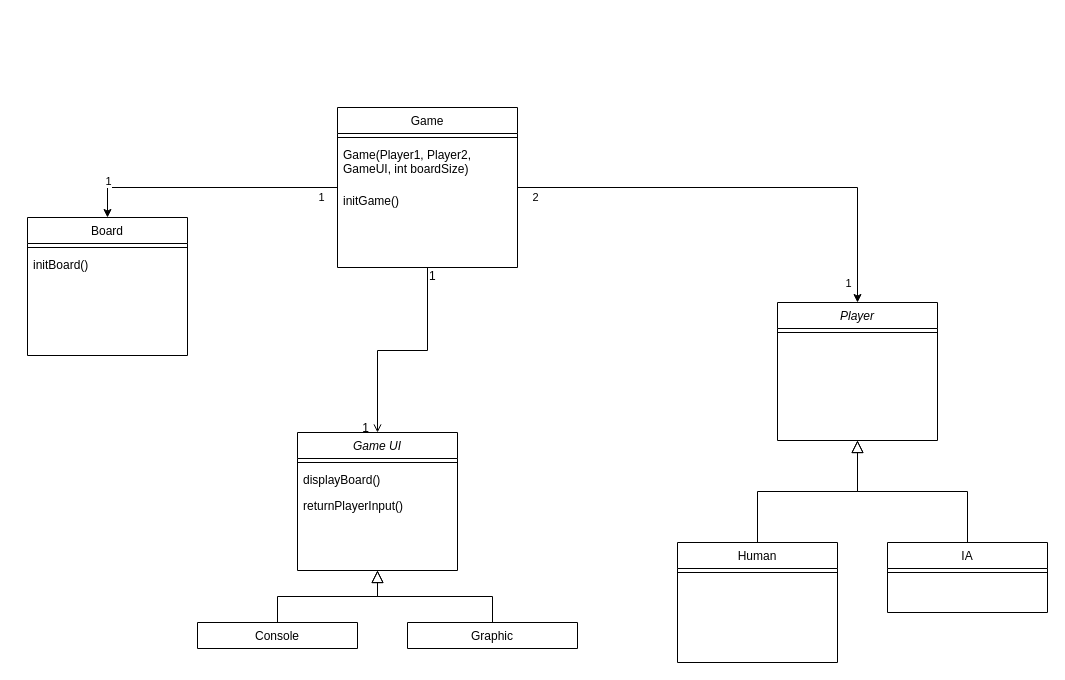
leduqueadrien/Hex keeps this draw.io diagram as doc/UMLdiagram.drawio. Above is the earlier version. Source tidied: cells renumbered, new cells numbered last; positions are measured from the earlier drawing's top-left corner, leaving out a move shared by most shapes. Both pictures are drawn from the tidied source at 100%, with x=0, y=0 at pixel (27, 107).
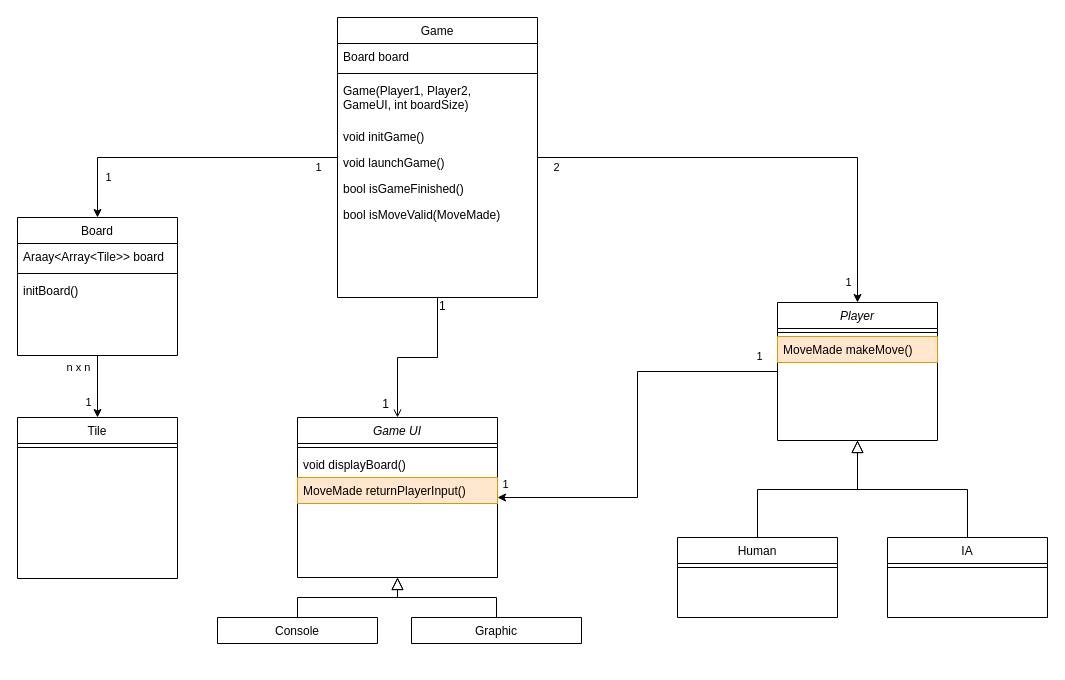
Above is the later version.

Commit message (it also covers changes not shown here):
improve uml

The change refers to these unchanged cells:
```xml
<mxCell id="2" value="Player" style="swimlane;fontStyle=2;align=center;verticalAlign=top;horizontal=1;startSize=26;rounded=0;shadow=0;strokeWidth=1;" parent="1" vertex="1">
  <mxGeometry x="750" y="195" width="160" height="138" as="geometry" />
</mxCell>
<mxCell id="14" style="endArrow=open;shadow=0;strokeWidth=1;rounded=0;endFill=1;edgeStyle=elbowEdgeStyle;elbow=vertical;entryX=0.5;entryY=0;entryDx=0;entryDy=0;" parent="1" edge="1" source="10" target="19">
  <mxGeometry x="0.5" y="41" relative="1" as="geometry">
    <mxPoint x="-40" y="32" as="offset" />
  </mxGeometry>
</mxCell>
<mxCell id="30" style="edgeStyle=orthogonalEdgeStyle;rounded=0;jettySize=auto;html=1;entryX=0.5;entryY=0;entryDx=0;entryDy=0;exitX=0;exitY=0.5;exitDx=0;exitDy=0;" parent="1" edge="1" source="10" target="27">
  <mxGeometry relative="1" as="geometry" />
</mxCell>
```

The edit, as a diff of the source:
```diff
@@
+    <mxCell id="33" style="edgeStyle=orthogonalEdgeStyle;rounded=0;jettySize=auto;html=1;entryX=1;entryY=0.5;entryDx=0;entryDy=0;" parent="1" edge="1" source="2" target="19">
+      <mxGeometry relative="1" as="geometry" />
+    </mxCell>
+    <mxCell id="34" value="1" style="edgeLabel;html=1;align=center;verticalAlign=middle;" parent="33" vertex="1">
+      <mxGeometry x="-0.94" y="1" relative="1" as="geometry">
+        <mxPoint x="-7" y="-17" as="offset" />
+      </mxGeometry>
+    </mxCell>
+    <mxCell id="35" value="1" style="edgeLabel;html=1;align=center;verticalAlign=middle;" parent="33" vertex="1">
+      <mxGeometry x="0.9" y="-1" relative="1" as="geometry">
+        <mxPoint x="-13" y="-13" as="offset" />
+      </mxGeometry>
+    </mxCell>
@@
+    <mxCell id="36" value="MoveMade makeMove()" style="text;align=left;verticalAlign=top;spacingLeft=4;spacingRight=4;overflow=hidden;fillColor=#ffe6cc;strokeColor=#d79b00;" parent="2" vertex="1">
+      <mxGeometry y="34" width="160" height="26" as="geometry" />
+    </mxCell>
     <mxCell id="4" value="Human" style="swimlane;fontStyle=0;align=center;verticalAlign=top;horizontal=1;startSize=26;rounded=0;shadow=0;strokeWidth=1;" parent="1" vertex="1">
-      <mxGeometry x="650" y="435" width="160" height="120" as="geometry" />
+      <mxGeometry x="650" y="430" width="160" height="80" as="geometry" />
     </mxCell>
@@
     <mxCell id="7" value="IA" style="swimlane;fontStyle=0;align=center;verticalAlign=top;horizontal=1;startSize=26;rounded=0;shadow=0;strokeWidth=1;" parent="1" vertex="1">
-      <mxGeometry x="860" y="435" width="160" height="70" as="geometry" />
+      <mxGeometry x="860" y="430" width="160" height="80" as="geometry" />
     </mxCell>
@@
     <mxCell id="10" value="Game" style="swimlane;fontStyle=0;align=center;verticalAlign=top;horizontal=1;startSize=26;rounded=0;shadow=0;strokeWidth=1;" parent="1" vertex="1">
-      <mxGeometry x="310" width="180" height="160" as="geometry" />
+      <mxGeometry x="310" y="-90" width="200" height="280" as="geometry" />
     </mxCell>
+    <mxCell id="37" value="Board board" style="text;align=left;verticalAlign=top;spacingLeft=4;spacingRight=4;overflow=hidden;" parent="10" vertex="1">
+      <mxGeometry y="26" width="200" height="26" as="geometry" />
+    </mxCell>
     <mxCell id="11" style="line;html=1;strokeWidth=1;align=left;verticalAlign=middle;spacingTop=-1;spacingLeft=3;spacingRight=3;labelPosition=right;" parent="10" vertex="1">
-      <mxGeometry y="26" width="180" height="8" as="geometry" />
+      <mxGeometry y="52" width="200" height="8" as="geometry" />
     </mxCell>
     <mxCell id="12" value="Game(Player1, Player2,&#10;GameUI, int boardSize)" style="text;align=left;verticalAlign=top;spacingLeft=4;spacingRight=4;overflow=hidden;" parent="10" vertex="1">
-      <mxGeometry y="34" width="180" height="46" as="geometry" />
+      <mxGeometry y="60" width="200" height="46" as="geometry" />
     </mxCell>
-    <mxCell id="13" value="initGame()" style="text;align=left;verticalAlign=top;spacingLeft=4;spacingRight=4;overflow=hidden;" parent="10" vertex="1">
-      <mxGeometry y="80" width="180" height="26" as="geometry" />
+    <mxCell id="13" value="void initGame()" style="text;align=left;verticalAlign=top;spacingLeft=4;spacingRight=4;overflow=hidden;" parent="10" vertex="1">
+      <mxGeometry y="106" width="200" height="26" as="geometry" />
     </mxCell>
+    <mxCell id="38" value="void launchGame()" style="text;align=left;verticalAlign=top;spacingLeft=4;spacingRight=4;overflow=hidden;" parent="10" vertex="1">
+      <mxGeometry y="132" width="200" height="26" as="geometry" />
+    </mxCell>
+    <mxCell id="39" value="bool isGameFinished()" style="text;align=left;verticalAlign=top;spacingLeft=4;spacingRight=4;overflow=hidden;" parent="10" vertex="1">
+      <mxGeometry y="158" width="200" height="26" as="geometry" />
+    </mxCell>
+    <mxCell id="40" value="bool isMoveValid(MoveMade)" style="text;align=left;verticalAlign=top;spacingLeft=4;spacingRight=4;overflow=hidden;" parent="10" vertex="1">
+      <mxGeometry y="184" width="200" height="26" as="geometry" />
+    </mxCell>
@@
     <mxCell id="16" value="1" style="align=right;verticalAlign=bottom;labelBackgroundColor=none;fontSize=12;" parent="14" vertex="1">
       <mxGeometry x="1" relative="1" as="geometry">
-        <mxPoint x="-7" y="4" as="offset" />
+        <mxPoint x="-7" y="-5" as="offset" />
       </mxGeometry>
     </mxCell>
@@
     <mxCell id="19" value="Game UI" style="swimlane;fontStyle=2;align=center;verticalAlign=top;horizontal=1;startSize=26;rounded=0;shadow=0;strokeWidth=1;" parent="1" vertex="1">
-      <mxGeometry x="270" y="325" width="160" height="138" as="geometry" />
+      <mxGeometry x="270" y="310" width="200" height="160" as="geometry" />
     </mxCell>
     <mxCell id="20" style="line;html=1;strokeWidth=1;align=left;verticalAlign=middle;spacingTop=-1;spacingLeft=3;spacingRight=3;labelPosition=right;" parent="19" vertex="1">
-      <mxGeometry y="26" width="160" height="8" as="geometry" />
+      <mxGeometry y="26" width="200" height="8" as="geometry" />
     </mxCell>
-    <mxCell id="21" value="displayBoard()" style="text;align=left;verticalAlign=top;spacingLeft=4;spacingRight=4;overflow=hidden;" parent="19" vertex="1">
-      <mxGeometry y="34" width="160" height="26" as="geometry" />
+    <mxCell id="21" value="void displayBoard()" style="text;align=left;verticalAlign=top;spacingLeft=4;spacingRight=4;overflow=hidden;" parent="19" vertex="1">
+      <mxGeometry y="34" width="200" height="26" as="geometry" />
     </mxCell>
-    <mxCell id="22" value="returnPlayerInput()" style="text;align=left;verticalAlign=top;spacingLeft=4;spacingRight=4;overflow=hidden;" parent="19" vertex="1">
-      <mxGeometry y="60" width="160" height="26" as="geometry" />
-    </mxCell>
+    <mxCell id="41" value="MoveMade returnPlayerInput()" style="text;align=left;verticalAlign=top;spacingLeft=4;spacingRight=4;overflow=hidden;fillColor=#ffe6cc;strokeColor=#d79b00;" parent="19" vertex="1">
+      <mxGeometry y="60" width="200" height="26" as="geometry" />
+    </mxCell>
     <mxCell id="23" value="Console" style="swimlane;fontStyle=0;align=center;verticalAlign=top;horizontal=1;startSize=26;rounded=0;shadow=0;strokeWidth=1;" parent="1" vertex="1" collapsed="1">
-      <mxGeometry x="170" y="515" width="160" height="26" as="geometry" />
+      <mxGeometry x="190" y="510" width="160" height="26" as="geometry" />
     </mxCell>
@@
     <mxCell id="25" value="Graphic" style="swimlane;fontStyle=0;align=center;verticalAlign=top;horizontal=1;startSize=26;rounded=0;shadow=0;strokeWidth=1;" parent="1" vertex="1" collapsed="1">
-      <mxGeometry x="380" y="515" width="170" height="26" as="geometry" />
+      <mxGeometry x="384" y="510" width="170" height="26" as="geometry" />
     </mxCell>
@@
+    <mxCell id="42" style="edgeStyle=orthogonalEdgeStyle;rounded=0;jettySize=auto;html=1;entryX=0.5;entryY=0;entryDx=0;entryDy=0;" parent="1" edge="1" source="27" target="46">
+      <mxGeometry relative="1" as="geometry" />
+    </mxCell>
+    <mxCell id="43" value="n x n" style="edgeLabel;html=1;align=center;verticalAlign=middle;" parent="42" vertex="1">
+      <mxGeometry x="-0.75" relative="1" as="geometry">
+        <mxPoint x="-20" y="3" as="offset" />
+      </mxGeometry>
+    </mxCell>
+    <mxCell id="44" value="1" style="edgeLabel;html=1;align=center;verticalAlign=middle;" parent="42" vertex="1">
+      <mxGeometry x="0.8" y="-1" relative="1" as="geometry">
+        <mxPoint x="-9" y="-10" as="offset" />
+      </mxGeometry>
+    </mxCell>
     <mxCell id="27" value="Board" style="swimlane;fontStyle=0;align=center;verticalAlign=top;horizontal=1;startSize=26;rounded=0;shadow=0;strokeWidth=1;" parent="1" vertex="1">
-      <mxGeometry y="110" width="160" height="138" as="geometry" />
+      <mxGeometry x="-10" y="110" width="160" height="138" as="geometry" />
     </mxCell>
+    <mxCell id="45" value="Araay&lt;Array&lt;Tile&gt;&gt; board" style="text;align=left;verticalAlign=top;spacingLeft=4;spacingRight=4;overflow=hidden;" parent="27" vertex="1">
+      <mxGeometry y="26" width="160" height="26" as="geometry" />
+    </mxCell>
     <mxCell id="28" style="line;html=1;strokeWidth=1;align=left;verticalAlign=middle;spacingTop=-1;spacingLeft=3;spacingRight=3;labelPosition=right;" parent="27" vertex="1">
-      <mxGeometry y="26" width="160" height="8" as="geometry" />
+      <mxGeometry y="52" width="160" height="8" as="geometry" />
     </mxCell>
     <mxCell id="29" value="initBoard()" style="text;align=left;verticalAlign=top;spacingLeft=4;spacingRight=4;overflow=hidden;" parent="27" vertex="1">
-      <mxGeometry y="34" width="160" height="26" as="geometry" />
+      <mxGeometry y="60" width="160" height="26" as="geometry" />
     </mxCell>
@@
     <mxCell id="32" value="1" style="edgeLabel;html=1;align=center;verticalAlign=middle;" parent="30" vertex="1">
       <mxGeometry x="0.79" relative="1" as="geometry">
-        <mxPoint y="-10" as="offset" />
+        <mxPoint x="10" y="-10" as="offset" />
       </mxGeometry>
     </mxCell>
+    <mxCell id="46" value="Tile" style="swimlane;fontStyle=0;align=center;verticalAlign=top;horizontal=1;startSize=26;rounded=0;shadow=0;strokeWidth=1;" parent="1" vertex="1">
+      <mxGeometry x="-10" y="310" width="160" height="161" as="geometry" />
+    </mxCell>
+    <mxCell id="47" style="line;html=1;strokeWidth=1;align=left;verticalAlign=middle;spacingTop=-1;spacingLeft=3;spacingRight=3;labelPosition=right;" parent="46" vertex="1">
+      <mxGeometry y="26" width="160" height="8" as="geometry" />
+    </mxCell>
```
